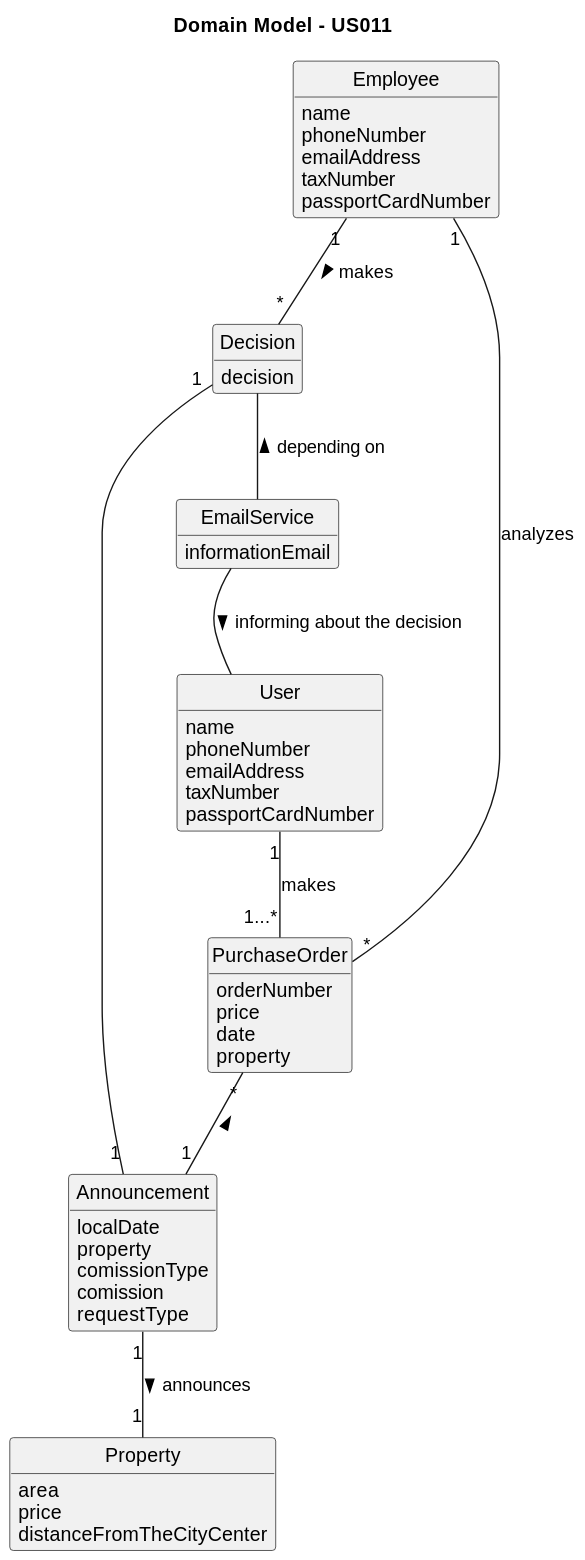
Before: docs/sprintD/us011/02.analysis/svg/us011-domain-model.svg, a diagram exported from PlantUML (1220812/LAPR2).
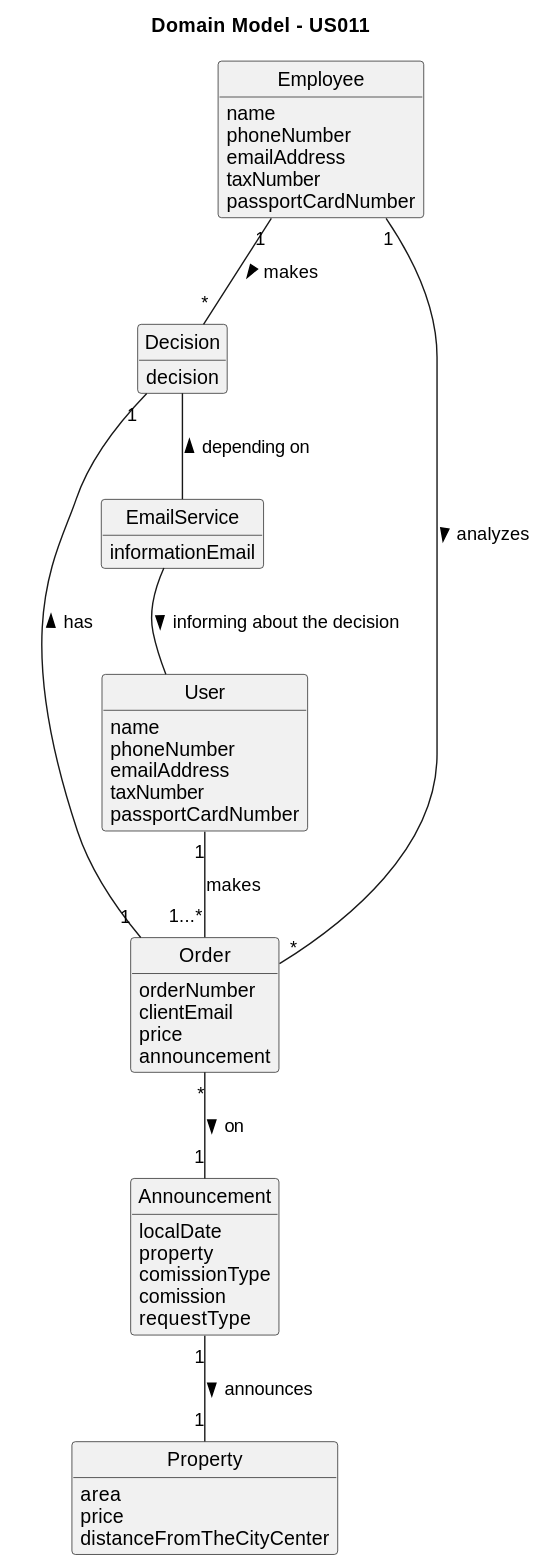
The same file after the commit.

What changed in the source:
```diff
@@ -29,11 +29,11 @@
 decision
 }
 
-class PurchaseOrder{
+class Order{
 orderNumber
+clientEmail
 price
-date
-property
+announcement
 }
 
 
@@ -60,10 +60,10 @@
 
 Employee "1" -- "*" Decision : makes >
 Announcement "1" -- "1" Property : announces >
-User "1" -- "1...*" PurchaseOrder : makes
-PurchaseOrder "*" -- "1" Announcement : <
-Employee "1" --"*" PurchaseOrder : analyzes
-Decision "1" -- "1" Announcement
+User "1" -- "1...*" Order : makes
+Order "*" -- "1" Announcement : > on
+Employee "1" --"*" Order : analyzes >
+Decision "1" -- "1" Order : has <
 Decision -- EmailService : depending on <
 EmailService -- User : informing about the decision >
 @enduml
```
